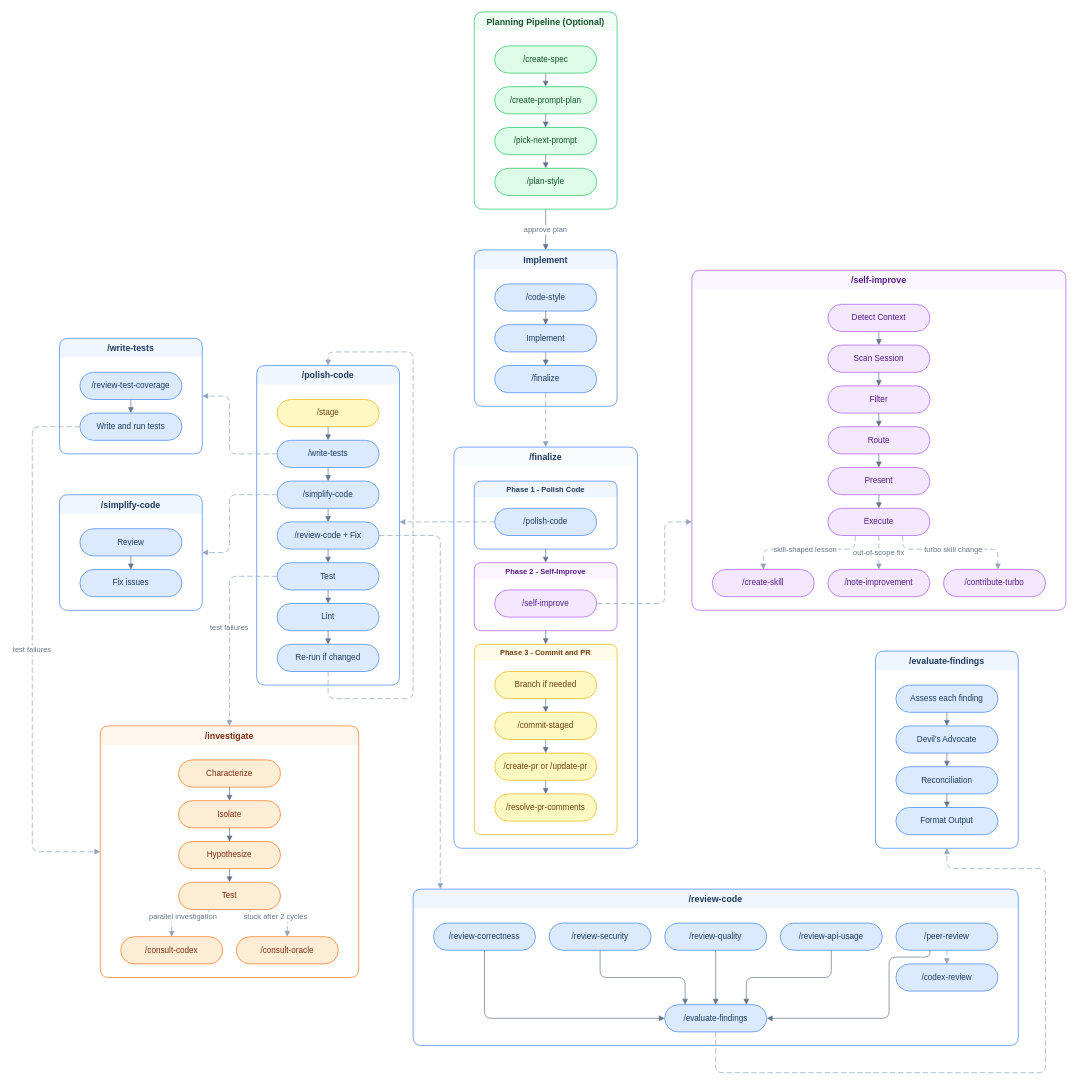
Before: assets/how-skills-connect.drawio in nathan-hayashi/turbo, a draw.io diagram. Source tidied: cells renumbered, new cells numbered last; positions are measured from the earlier drawing's top-left corner, leaving out a move shared by most shapes. Both pictures are drawn from the tidied source at 68%, with x=0, y=0 at pixel (32, 12).
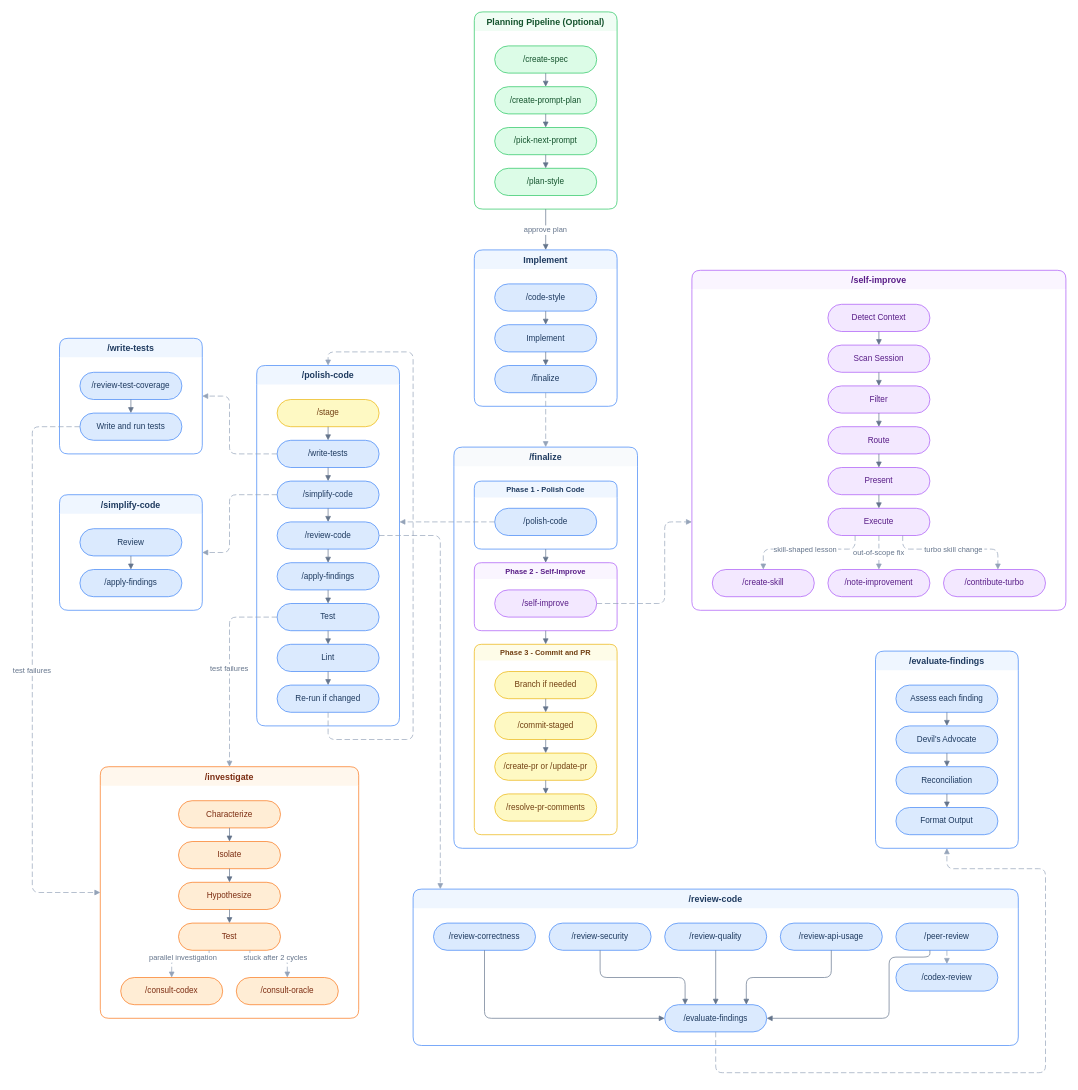
After the change.

Commit message (it also covers changes not shown here):
Add /apply-findings skill and update /evaluate-findings cosmetic/scope leniency

The change refers to these unchanged cells:
```xml
<mxCell id="58" value="/simplify-code" style="swimlane;startSize=28;rounded=1;fillColor=#eff6ff;strokeColor=#3b82f6;fontColor=#1e3a5f;fontStyle=1;fontSize=13;swimlaneLine=0;" parent="1" vertex="1">
  <mxGeometry x="40" y="710" width="210" height="170" as="geometry" />
</mxCell>
<mxCell id="64" value="Write and run tests" style="rounded=1;whiteSpace=wrap;html=1;arcSize=50;fillColor=#dbeafe;strokeColor=#3b82f6;fontColor=#1e3a5f;fontSize=12;" parent="62" vertex="1">
  <mxGeometry x="30" y="110" width="150" height="40" as="geometry" />
</mxCell>
```

The edit, as a diff of the source:
```diff
@@
     <mxCell id="25" value="/polish-code" style="swimlane;startSize=28;rounded=1;fillColor=#eff6ff;strokeColor=#3b82f6;fontColor=#1e3a5f;fontStyle=1;fontSize=13;swimlaneLine=0;" parent="1" vertex="1">
-      <mxGeometry x="330" y="520" width="210" height="470" as="geometry" />
+      <mxGeometry x="330" y="520" width="210" height="530" as="geometry" />
     </mxCell>
@@
-    <mxCell id="29" value="/review-code + Fix" style="rounded=1;whiteSpace=wrap;html=1;arcSize=50;fillColor=#dbeafe;strokeColor=#3b82f6;fontColor=#1e3a5f;fontSize=12;" parent="25" vertex="1">
+    <mxCell id="29" value="/review-code" style="rounded=1;whiteSpace=wrap;html=1;arcSize=50;fillColor=#dbeafe;strokeColor=#3b82f6;fontColor=#1e3a5f;fontSize=12;" parent="25" vertex="1">
       <mxGeometry x="30" y="230" width="150" height="40" as="geometry" />
     </mxCell>
+    <mxCell id="116" value="/apply-findings" style="rounded=1;whiteSpace=wrap;html=1;arcSize=50;fillColor=#dbeafe;strokeColor=#3b82f6;fontColor=#1e3a5f;fontSize=12;" parent="25" vertex="1">
+      <mxGeometry x="30" y="290" width="150" height="40" as="geometry" />
+    </mxCell>
     <mxCell id="30" value="Test" style="rounded=1;whiteSpace=wrap;html=1;arcSize=50;fillColor=#dbeafe;strokeColor=#3b82f6;fontColor=#1e3a5f;fontSize=12;" parent="25" vertex="1">
-      <mxGeometry x="30" y="290" width="150" height="40" as="geometry" />
+      <mxGeometry x="30" y="350" width="150" height="40" as="geometry" />
     </mxCell>
     <mxCell id="31" value="Lint" style="rounded=1;whiteSpace=wrap;html=1;arcSize=50;fillColor=#dbeafe;strokeColor=#3b82f6;fontColor=#1e3a5f;fontSize=12;" parent="25" vertex="1">
-      <mxGeometry x="30" y="350" width="150" height="40" as="geometry" />
+      <mxGeometry x="30" y="410" width="150" height="40" as="geometry" />
     </mxCell>
     <mxCell id="32" value="Re-run if changed" style="rounded=1;whiteSpace=wrap;html=1;arcSize=50;fillColor=#dbeafe;strokeColor=#3b82f6;fontColor=#1e3a5f;fontSize=12;" parent="25" vertex="1">
-      <mxGeometry x="30" y="410" width="150" height="40" as="geometry" />
+      <mxGeometry x="30" y="470" width="150" height="40" as="geometry" />
     </mxCell>
@@
+    <mxCell id="117" style="endArrow=block;endFill=1;rounded=1;edgeStyle=orthogonalEdgeStyle;strokeColor=#64748b;" parent="25" edge="1" source="29" target="116">
+      <mxGeometry relative="1" as="geometry" />
+    </mxCell>
-    <mxCell id="36" style="endArrow=block;endFill=1;rounded=1;edgeStyle=orthogonalEdgeStyle;strokeColor=#64748b;" parent="25" edge="1" source="29" target="30">
+    <mxCell id="36" style="endArrow=block;endFill=1;rounded=1;edgeStyle=orthogonalEdgeStyle;strokeColor=#64748b;" parent="25" edge="1" source="116" target="30">
       <mxGeometry relative="1" as="geometry" />
     </mxCell>
@@
     <mxCell id="39" style="dashed=1;dashPattern=8 4;endArrow=block;endFill=1;rounded=1;edgeStyle=orthogonalEdgeStyle;strokeColor=#94a3b8;fontSize=11;fontColor=#64748b;" parent="1" edge="1" source="32" target="25">
       <mxGeometry relative="1" as="geometry">
         <Array as="points">
-          <mxPoint x="435" y="1010" />
-          <mxPoint x="560" y="1010" />
+          <mxPoint x="435" y="1070" />
+          <mxPoint x="560" y="1070" />
           <mxPoint x="560" y="500" />
           <mxPoint x="435" y="500" />
         </Array>
       </mxGeometry>
     </mxCell>
@@
-    <mxCell id="60" value="Fix issues" style="rounded=1;whiteSpace=wrap;html=1;arcSize=50;fillColor=#dbeafe;strokeColor=#3b82f6;fontColor=#1e3a5f;fontSize=12;" parent="58" vertex="1">
+    <mxCell id="60" value="/apply-findings" style="rounded=1;whiteSpace=wrap;html=1;arcSize=50;fillColor=#dbeafe;strokeColor=#3b82f6;fontColor=#1e3a5f;fontSize=12;" parent="58" vertex="1">
       <mxGeometry x="30" y="110" width="150" height="40" as="geometry" />
     </mxCell>
@@
     <mxCell id="88" value="/investigate" style="swimlane;startSize=28;rounded=1;fillColor=#fff7ed;strokeColor=#f97316;fontColor=#7c2d12;fontStyle=1;fontSize=13;swimlaneLine=0;" parent="1" vertex="1">
-      <mxGeometry x="100" y="1050" width="380" height="370" as="geometry" />
+      <mxGeometry x="100" y="1110" width="380" height="370" as="geometry" />
     </mxCell>
@@
     <mxCell id="110" value="test failures" style="dashed=1;dashPattern=8 4;endArrow=block;endFill=1;rounded=1;edgeStyle=orthogonalEdgeStyle;strokeColor=#94a3b8;fontSize=11;fontColor=#64748b;" parent="1" edge="1" source="30" target="88">
       <mxGeometry relative="1" as="geometry">
         <Array as="points">
-          <mxPoint x="290" y="830" />
+          <mxPoint x="290" y="890" />
         </Array>
       </mxGeometry>
     </mxCell>
@@
     <mxCell id="112" value="test failures" style="dashed=1;dashPattern=8 4;endArrow=block;endFill=1;rounded=1;edgeStyle=orthogonalEdgeStyle;strokeColor=#94a3b8;fontSize=11;fontColor=#64748b;" parent="1" edge="1" source="64" target="88">
       <mxGeometry relative="1" as="geometry">
         <Array as="points">
           <mxPoint y="610" />
-          <mxPoint y="1235" />
+          <mxPoint y="1295" />
         </Array>
       </mxGeometry>
     </mxCell>
```
